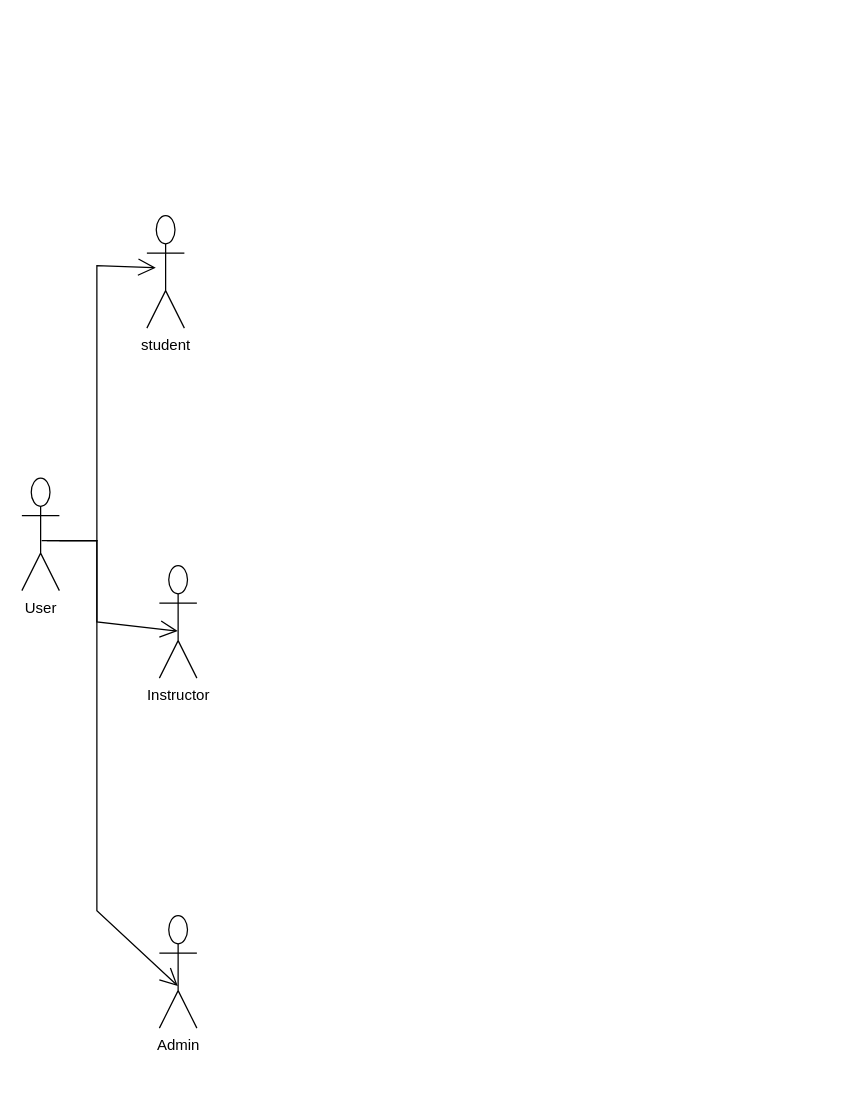
Before: UseCase.drawio in adhambasha1155/Uml, a draw.io diagram. Source tidied: cells renumbered, new cells numbered last; positions are measured from the earlier drawing's top-left corner, leaving out a move shared by most shapes. Both pictures are drawn from the tidied source at 125%, with x=0, y=0 at pixel (21, 215).
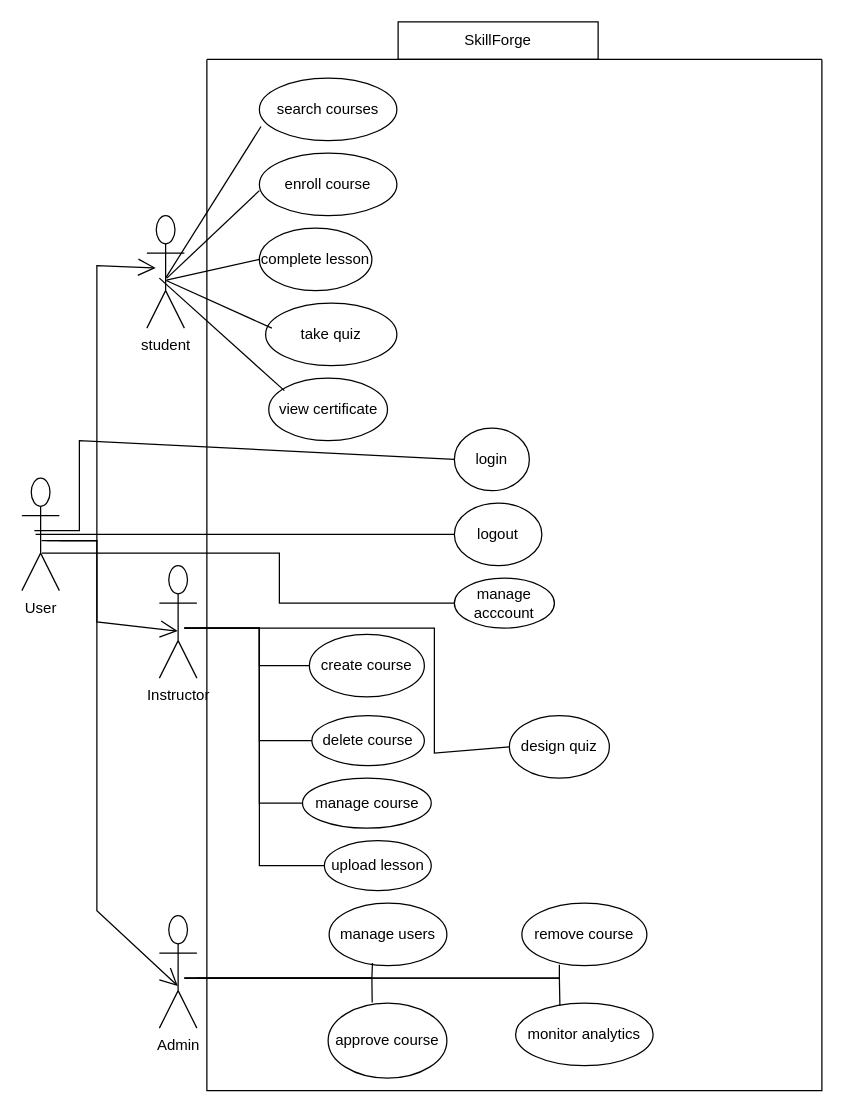
After the change.

Change to the diagram source:
```diff
@@
-    <mxCell id="2" value="student" style="shape=umlActor;verticalLabelPosition=bottom;verticalAlign=top;html=1;" parent="1" vertex="1">
-      <mxGeometry x="100" width="30" height="90" as="geometry" />
-    </mxCell>
@@
-    <mxCell id="6" style="endArrow=open;endFill=1;endSize=12;html=1;rounded=0;entryX=0.238;entryY=0.464;entryDx=0;entryDy=0;entryPerimeter=0;" parent="1" edge="1" target="2">
+    <mxCell id="6" style="endArrow=open;endFill=1;endSize=12;html=1;rounded=0;entryX=0.238;entryY=0.464;entryDx=0;entryDy=0;entryPerimeter=0;" parent="1" edge="1">
       <mxGeometry relative="1" as="geometry">
         <mxPoint x="20" y="260" as="sourcePoint" />
+        <mxPoint x="107.1" y="41.8" as="targetPoint" />
         <Array as="points">
           <mxPoint x="60" y="260" />
           <mxPoint x="60" y="40" />
         </Array>
       </mxGeometry>
     </mxCell>
@@
+    <mxCell id="2" value="student" style="shape=umlActor;verticalLabelPosition=bottom;verticalAlign=top;html=1;" parent="1" vertex="1">
+      <mxGeometry x="100" width="30" height="90" as="geometry" />
+    </mxCell>
+    <mxCell id="9" value="search courses" style="ellipse;whiteSpace=wrap;html=1;" parent="1" vertex="1">
+      <mxGeometry x="190" y="-110" width="110" height="50" as="geometry" />
+    </mxCell>
+    <mxCell id="10" value="enroll course" style="ellipse;whiteSpace=wrap;html=1;" parent="1" vertex="1">
+      <mxGeometry x="190" y="-50" width="110" height="50" as="geometry" />
+    </mxCell>
+    <mxCell id="11" value="complete lesson" style="ellipse;whiteSpace=wrap;html=1;" parent="1" vertex="1">
+      <mxGeometry x="190" y="10" width="90" height="50" as="geometry" />
+    </mxCell>
+    <mxCell id="12" value="take quiz" style="ellipse;whiteSpace=wrap;html=1;" parent="1" vertex="1">
+      <mxGeometry x="195" y="70" width="105" height="50" as="geometry" />
+    </mxCell>
+    <mxCell id="13" style="endArrow=none;html=1;rounded=0;entryX=0.012;entryY=0.774;entryDx=0;entryDy=0;entryPerimeter=0;" parent="1" edge="1">
+      <mxGeometry relative="1" as="geometry">
+        <mxPoint x="116" y="50" as="sourcePoint" />
+        <mxPoint x="190" y="-20" as="targetPoint" />
+      </mxGeometry>
+    </mxCell>
+    <mxCell id="14" value="view certificate" style="ellipse;whiteSpace=wrap;html=1;" parent="1" vertex="1">
+      <mxGeometry x="197.5" y="130" width="95" height="50" as="geometry" />
+    </mxCell>
+    <mxCell id="15" style="endArrow=none;html=1;rounded=0;" parent="1" edge="1">
+      <mxGeometry relative="1" as="geometry">
+        <mxPoint x="110" y="50" as="sourcePoint" />
+        <mxPoint x="210" y="140" as="targetPoint" />
+      </mxGeometry>
+    </mxCell>
+    <mxCell id="16" style="endArrow=none;html=1;rounded=0;entryX=0.012;entryY=0.774;entryDx=0;entryDy=0;entryPerimeter=0;" parent="1" edge="1" target="9">
+      <mxGeometry relative="1" as="geometry">
+        <mxPoint x="115" y="50" as="sourcePoint" />
+      </mxGeometry>
+    </mxCell>
+    <mxCell id="17" style="endArrow=none;html=1;rounded=0;exitX=0.515;exitY=0.577;exitDx=0;exitDy=0;exitPerimeter=0;" parent="1" edge="1" source="2">
+      <mxGeometry relative="1" as="geometry">
+        <mxPoint x="200" y="90" as="targetPoint" />
+      </mxGeometry>
+    </mxCell>
+    <mxCell id="18" style="endArrow=none;html=1;rounded=0;entryX=0;entryY=0.5;entryDx=0;entryDy=0;exitX=0.523;exitY=0.574;exitDx=0;exitDy=0;exitPerimeter=0;" parent="1" edge="1" source="2" target="11">
+      <mxGeometry relative="1" as="geometry" />
+    </mxCell>
+    <mxCell id="19" value="login" style="ellipse;whiteSpace=wrap;html=1;" parent="1" vertex="1">
+      <mxGeometry x="346" y="170" width="60" height="50" as="geometry" />
+    </mxCell>
+    <mxCell id="20" value="logout" style="ellipse;whiteSpace=wrap;html=1;" parent="1" vertex="1">
+      <mxGeometry x="346" y="230" width="70" height="50" as="geometry" />
+    </mxCell>
+    <mxCell id="21" value="manage acccount" style="ellipse;whiteSpace=wrap;html=1;" parent="1" vertex="1">
+      <mxGeometry x="346" y="290" width="80" height="40" as="geometry" />
+    </mxCell>
+    <mxCell id="22" style="endArrow=none;html=1;rounded=0;exitX=0.482;exitY=0.465;exitDx=0;exitDy=0;exitPerimeter=0;entryX=0;entryY=0.5;entryDx=0;entryDy=0;" parent="1" edge="1" target="19">
+      <mxGeometry relative="1" as="geometry">
+        <mxPoint x="10" y="252" as="sourcePoint" />
+        <Array as="points">
+          <mxPoint x="46" y="252" />
+          <mxPoint x="46" y="180" />
+        </Array>
+      </mxGeometry>
+    </mxCell>
+    <mxCell id="23" style="endArrow=none;html=1;rounded=0;exitX=0.5;exitY=0.5;exitDx=0;exitDy=0;exitPerimeter=0;entryX=0;entryY=0.5;entryDx=0;entryDy=0;" parent="1" edge="1" target="20">
+      <mxGeometry relative="1" as="geometry">
+        <mxPoint x="11" y="255" as="sourcePoint" />
+      </mxGeometry>
+    </mxCell>
+    <mxCell id="24" style="endArrow=none;html=1;rounded=0;entryX=0;entryY=0.5;entryDx=0;entryDy=0;" parent="1" edge="1" target="21">
+      <mxGeometry relative="1" as="geometry">
+        <mxPoint x="16" y="270" as="sourcePoint" />
+        <Array as="points">
+          <mxPoint x="206" y="270" />
+          <mxPoint x="206" y="310" />
+        </Array>
+      </mxGeometry>
+    </mxCell>
+    <mxCell id="25" value="create course" style="ellipse;whiteSpace=wrap;html=1;" parent="1" vertex="1">
+      <mxGeometry x="230" y="335" width="92" height="50" as="geometry" />
+    </mxCell>
+    <mxCell id="26" value="delete course" style="ellipse;whiteSpace=wrap;html=1;" parent="1" vertex="1">
+      <mxGeometry x="232" y="400" width="90" height="40" as="geometry" />
+    </mxCell>
+    <mxCell id="27" value="manage course" style="ellipse;whiteSpace=wrap;html=1;" parent="1" vertex="1">
+      <mxGeometry x="224.5" y="450" width="103" height="40" as="geometry" />
+    </mxCell>
+    <mxCell id="28" value="upload lesson" style="ellipse;whiteSpace=wrap;html=1;" parent="1" vertex="1">
+      <mxGeometry x="242" y="500" width="85.5" height="40" as="geometry" />
+    </mxCell>
+    <mxCell id="29" value="design quiz" style="ellipse;whiteSpace=wrap;html=1;" parent="1" vertex="1">
+      <mxGeometry x="390" y="400" width="80" height="50" as="geometry" />
+    </mxCell>
+    <mxCell id="30" style="endArrow=none;html=1;rounded=0;entryX=0;entryY=0.5;entryDx=0;entryDy=0;" parent="1" edge="1" target="25">
+      <mxGeometry relative="1" as="geometry">
+        <mxPoint x="130" y="330" as="sourcePoint" />
+        <Array as="points">
+          <mxPoint x="190" y="330" />
+          <mxPoint x="190" y="360" />
+        </Array>
+      </mxGeometry>
+    </mxCell>
+    <mxCell id="31" style="endArrow=none;html=1;rounded=0;entryX=0;entryY=0.5;entryDx=0;entryDy=0;" parent="1" edge="1" target="26">
+      <mxGeometry relative="1" as="geometry">
+        <mxPoint x="130" y="330" as="sourcePoint" />
+        <Array as="points">
+          <mxPoint x="190" y="330" />
+          <mxPoint x="190" y="420" />
+        </Array>
+      </mxGeometry>
+    </mxCell>
+    <mxCell id="32" style="endArrow=none;html=1;rounded=0;entryX=0;entryY=0.5;entryDx=0;entryDy=0;" parent="1" edge="1" target="27">
+      <mxGeometry relative="1" as="geometry">
+        <mxPoint x="130" y="330" as="sourcePoint" />
+        <Array as="points">
+          <mxPoint x="190" y="330" />
+          <mxPoint x="190" y="470" />
+        </Array>
+      </mxGeometry>
+    </mxCell>
+    <mxCell id="33" style="endArrow=none;html=1;rounded=0;entryX=0;entryY=0.5;entryDx=0;entryDy=0;" parent="1" edge="1" target="28">
+      <mxGeometry relative="1" as="geometry">
+        <mxPoint x="130" y="330" as="sourcePoint" />
+        <Array as="points">
+          <mxPoint x="190" y="330" />
+          <mxPoint x="190" y="520" />
+        </Array>
+      </mxGeometry>
+    </mxCell>
+    <mxCell id="34" style="endArrow=none;html=1;rounded=0;entryX=0;entryY=0.5;entryDx=0;entryDy=0;" parent="1" edge="1" target="29">
+      <mxGeometry relative="1" as="geometry">
+        <mxPoint x="190" y="330" as="sourcePoint" />
+        <Array as="points">
+          <mxPoint x="330" y="330" />
+          <mxPoint x="330" y="430" />
+        </Array>
+      </mxGeometry>
+    </mxCell>
+    <mxCell id="35" value="manage users" style="ellipse;whiteSpace=wrap;html=1;" parent="1" vertex="1">
+      <mxGeometry x="245.8" y="550" width="94.2" height="50" as="geometry" />
+    </mxCell>
+    <mxCell id="36" value="approve course" style="ellipse;whiteSpace=wrap;html=1;" parent="1" vertex="1">
+      <mxGeometry x="245" y="630" width="95" height="60" as="geometry" />
+    </mxCell>
+    <mxCell id="37" value="remove course" style="ellipse;whiteSpace=wrap;html=1;" parent="1" vertex="1">
+      <mxGeometry x="400" y="550" width="100" height="50" as="geometry" />
+    </mxCell>
+    <mxCell id="38" value="monitor analytics" style="ellipse;whiteSpace=wrap;html=1;" parent="1" vertex="1">
+      <mxGeometry x="395" y="630" width="110" height="50" as="geometry" />
+    </mxCell>
+    <mxCell id="39" style="endArrow=none;html=1;rounded=0;entryX=0.368;entryY=0.959;entryDx=0;entryDy=0;entryPerimeter=0;" parent="1" edge="1" target="35">
+      <mxGeometry relative="1" as="geometry">
+        <mxPoint x="130" y="610" as="sourcePoint" />
+        <Array as="points">
+          <mxPoint x="280" y="610" />
+        </Array>
+      </mxGeometry>
+    </mxCell>
+    <mxCell id="40" style="endArrow=none;html=1;rounded=0;entryX=0.371;entryY=-0.009;entryDx=0;entryDy=0;entryPerimeter=0;" parent="1" edge="1" target="36">
+      <mxGeometry relative="1" as="geometry">
+        <mxPoint x="130" y="610" as="sourcePoint" />
+        <Array as="points">
+          <mxPoint x="240" y="610" />
+          <mxPoint x="280" y="610" />
+        </Array>
+      </mxGeometry>
+    </mxCell>
+    <mxCell id="41" style="endArrow=none;html=1;rounded=0;entryX=0.3;entryY=0.987;entryDx=0;entryDy=0;entryPerimeter=0;" parent="1" edge="1" target="37">
+      <mxGeometry relative="1" as="geometry">
+        <mxPoint x="140" y="610" as="sourcePoint" />
+        <Array as="points">
+          <mxPoint x="290" y="610" />
+          <mxPoint x="430" y="610" />
+        </Array>
+      </mxGeometry>
+    </mxCell>
+    <mxCell id="42" style="endArrow=none;html=1;rounded=0;entryX=0.322;entryY=0.044;entryDx=0;entryDy=0;entryPerimeter=0;" parent="1" edge="1" target="38">
+      <mxGeometry relative="1" as="geometry">
+        <mxPoint x="130" y="610" as="sourcePoint" />
+        <Array as="points">
+          <mxPoint x="260" y="610" />
+          <mxPoint x="430" y="610" />
+        </Array>
+      </mxGeometry>
+    </mxCell>
+    <mxCell id="43" style="swimlane;startSize=0;" parent="1" vertex="1">
+      <mxGeometry x="148" y="-125" width="492" height="825" as="geometry" />
+    </mxCell>
+    <mxCell id="44" value="SkillForge" style="text;html=1;whiteSpace=wrap;strokeColor=default;fillColor=none;align=center;verticalAlign=middle;rounded=0;" parent="1" vertex="1">
+      <mxGeometry x="301" y="-155" width="160" height="30" as="geometry" />
+    </mxCell>
```
